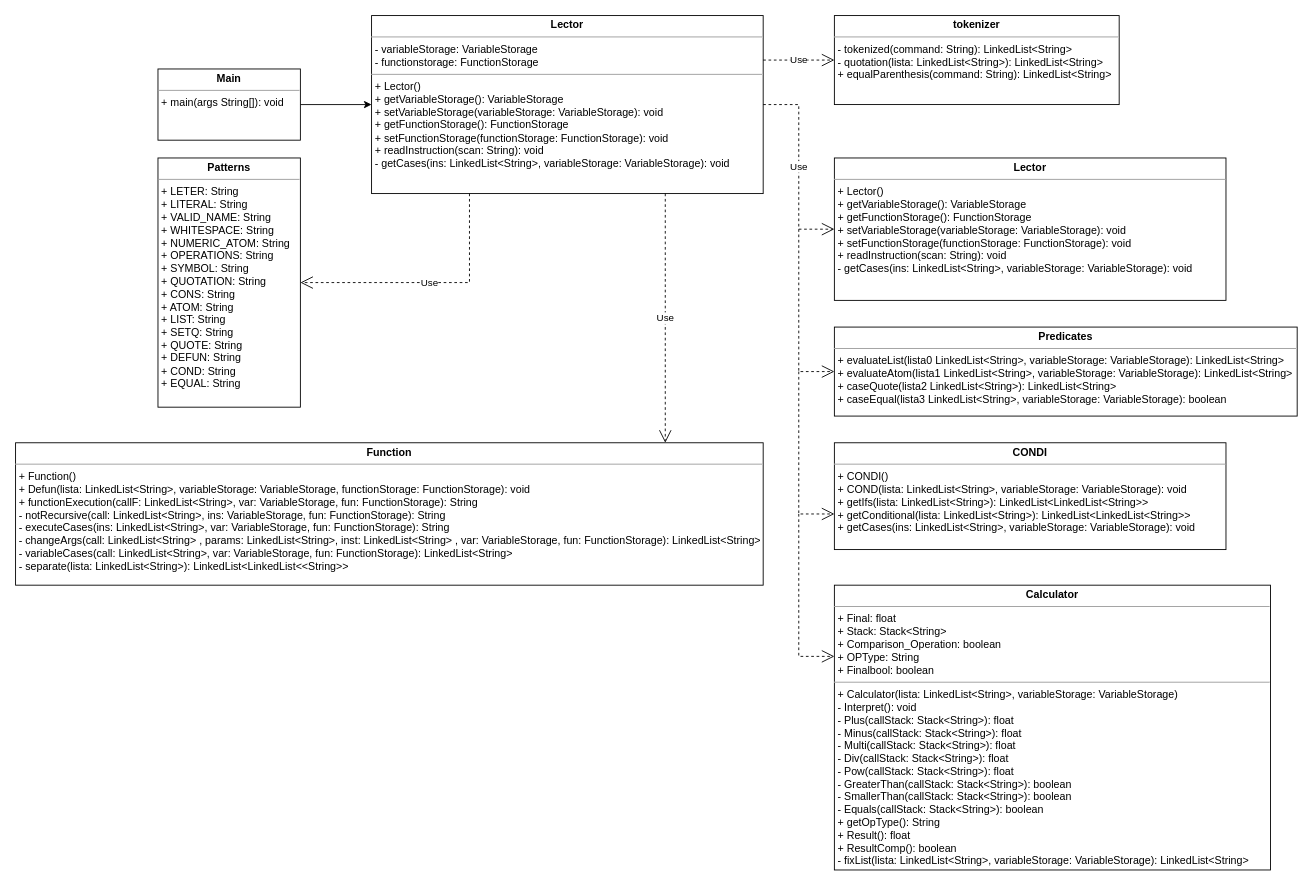
Before: Proyecto1/Fases/Fase2/Class Diagram.drawio in DiggsPapu/Proyect1_Lisp_Interpreter, a draw.io diagram. Source tidied: cells renumbered, new cells numbered last; positions are measured from the earlier drawing's top-left corner, leaving out a move shared by most shapes. Both pictures are drawn from the tidied source at 89%, with x=0, y=0 at pixel (15, 15).
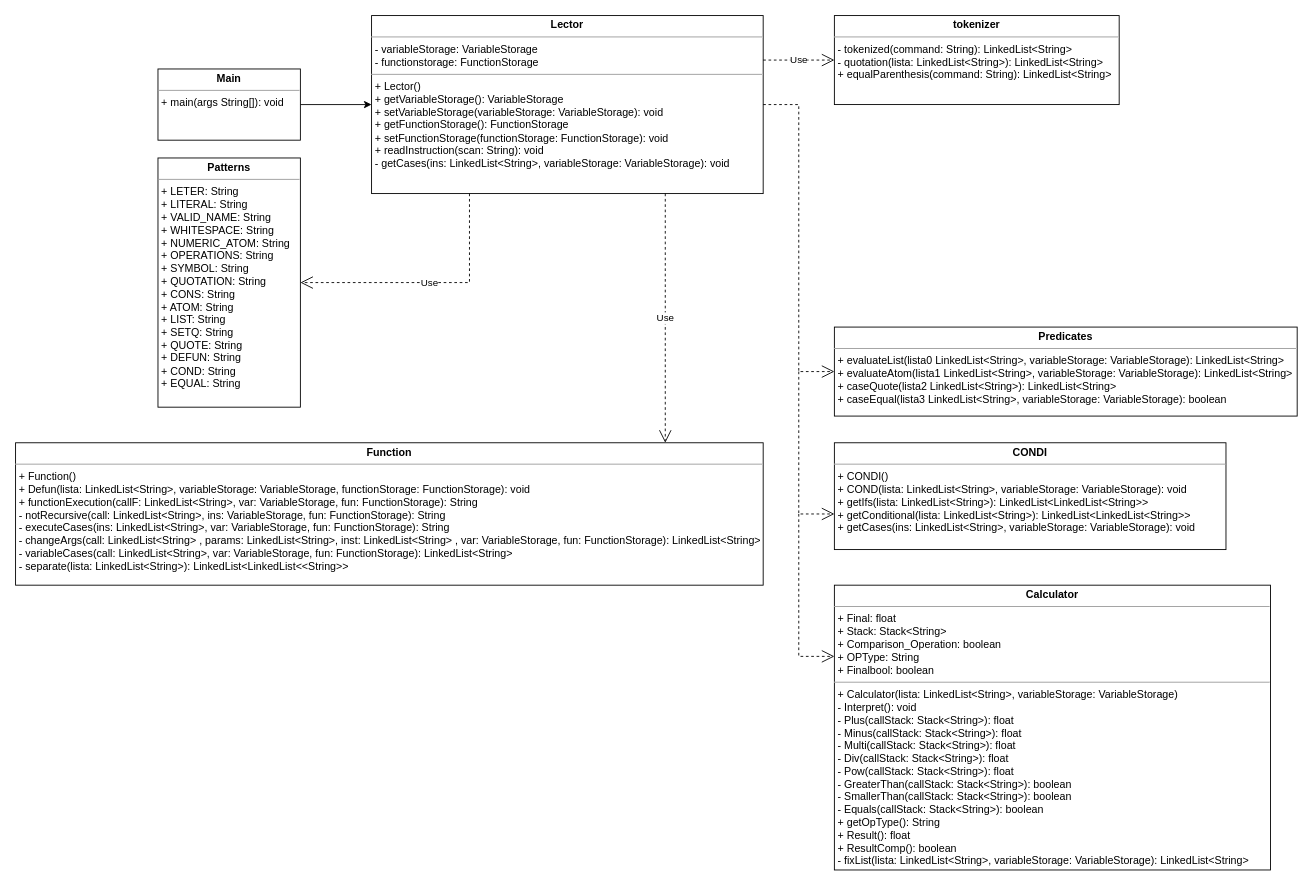
The same diagram, later.

Unchanged cells that the change refers to:
```xml
<mxCell id="2" value="&lt;p style=&quot;margin: 0px ; margin-top: 4px ; text-align: center&quot;&gt;&lt;b&gt;Lector&lt;/b&gt;&lt;/p&gt;&lt;hr size=&quot;1&quot;&gt;&lt;p style=&quot;margin: 0px ; margin-left: 4px&quot;&gt;- variableStorage: VariableStorage&lt;/p&gt;&lt;p style=&quot;margin: 0px ; margin-left: 4px&quot;&gt;- functionstorage: FunctionStorage&lt;/p&gt;&lt;hr size=&quot;1&quot;&gt;&lt;p style=&quot;margin: 0px ; margin-left: 4px&quot;&gt;+ Lector()&lt;br&gt;&lt;/p&gt;&lt;p style=&quot;margin: 0px ; margin-left: 4px&quot;&gt;+ getVariableStorage(): VariableStorage&lt;/p&gt;&lt;p style=&quot;margin: 0px ; margin-left: 4px&quot;&gt;+&amp;nbsp;setVariableStorage(variableStorage: VariableStorage): void&lt;/p&gt;&lt;p style=&quot;margin: 0px 0px 0px 4px&quot;&gt;+ getFunctionStorage(): FunctionStorage&lt;/p&gt;&lt;p style=&quot;margin: 0px 0px 0px 4px&quot;&gt;+&amp;nbsp;setFunctionStorage(functionStorage: FunctionStorage): void&lt;/p&gt;&lt;p style=&quot;margin: 0px ; margin-left: 4px&quot;&gt;+ readInstruction(scan: String): void&lt;/p&gt;&lt;p style=&quot;margin: 0px ; margin-left: 4px&quot;&gt;- getCases(ins: LinkedList&amp;lt;String&amp;gt;, variableStorage: VariableStorage): void&lt;/p&gt;" style="verticalAlign=top;align=left;overflow=fill;fontSize=12;fontFamily=Helvetica;html=1;" parent="1" vertex="1">
  <mxGeometry x="400" width="440" height="200" as="geometry" />
</mxCell>
<mxCell id="10" value="&lt;p style=&quot;margin: 0px ; margin-top: 4px ; text-align: center&quot;&gt;&lt;b&gt;Predicates&lt;/b&gt;&lt;/p&gt;&lt;hr size=&quot;1&quot;&gt;&lt;p style=&quot;margin: 0px ; margin-left: 4px&quot;&gt;+ evaluateList(lista0 LinkedList&amp;lt;String&amp;gt;, variableStorage: VariableStorage): LinkedList&amp;lt;String&amp;gt;&lt;/p&gt;&lt;p style=&quot;margin: 0px ; margin-left: 4px&quot;&gt;+ evaluateAtom(lista1 LinkedList&amp;lt;String&amp;gt;, variableStorage: VariableStorage): LinkedList&amp;lt;String&amp;gt;&lt;br&gt;&lt;/p&gt;&lt;p style=&quot;margin: 0px ; margin-left: 4px&quot;&gt;+ caseQuote(lista2 LinkedList&amp;lt;String&amp;gt;): LinkedList&amp;lt;String&amp;gt;&lt;br&gt;&lt;/p&gt;&lt;p style=&quot;margin: 0px ; margin-left: 4px&quot;&gt;+ caseEqual(lista3 LinkedList&amp;lt;String&amp;gt;, variableStorage: VariableStorage): boolean&lt;br&gt;&lt;/p&gt;&lt;p style=&quot;margin: 0px ; margin-left: 4px&quot;&gt;&lt;br&gt;&lt;/p&gt;" style="verticalAlign=top;align=left;overflow=fill;fontSize=12;fontFamily=Helvetica;html=1;" parent="1" vertex="1">
  <mxGeometry x="920" y="350" width="520" height="100" as="geometry" />
</mxCell>
```

Diff of the diagram source:
```diff
@@
-    <mxCell id="6" value="&lt;p style=&quot;margin: 0px ; margin-top: 4px ; text-align: center&quot;&gt;&lt;b&gt;Lector&lt;/b&gt;&lt;/p&gt;&lt;hr size=&quot;1&quot;&gt;&lt;p style=&quot;margin: 0px ; margin-left: 4px&quot;&gt;+ Lector()&lt;/p&gt;&lt;p style=&quot;margin: 0px ; margin-left: 4px&quot;&gt;+ getVariableStorage(): VariableStorage&lt;/p&gt;&lt;p style=&quot;margin: 0px ; margin-left: 4px&quot;&gt;+ getFunctionStorage(): FunctionStorage&lt;/p&gt;&lt;p style=&quot;margin: 0px ; margin-left: 4px&quot;&gt;+ setVariableStorage(variableStorage: VariableStorage): void&lt;/p&gt;&lt;p style=&quot;margin: 0px ; margin-left: 4px&quot;&gt;+ setFunctionStorage(functionStorage: FunctionStorage): void&lt;/p&gt;&lt;p style=&quot;margin: 0px ; margin-left: 4px&quot;&gt;+ readInstruction(scan: String): void&lt;/p&gt;&lt;p style=&quot;margin: 0px ; margin-left: 4px&quot;&gt;- getCases(ins: LinkedList&amp;lt;String&amp;gt;, variableStorage: VariableStorage): void&lt;/p&gt;" style="verticalAlign=top;align=left;overflow=fill;fontSize=12;fontFamily=Helvetica;html=1;" parent="1" vertex="1">
-      <mxGeometry x="920" y="160" width="440" height="160" as="geometry" />
-    </mxCell>
@@
-    <mxCell id="14" value="Use" style="endArrow=open;endSize=12;dashed=1;html=1;rounded=0;exitX=1;exitY=0.5;exitDx=0;exitDy=0;entryX=0;entryY=0.5;entryDx=0;entryDy=0;" parent="1" edge="1" source="2" target="6">
-      <mxGeometry relative="1" as="geometry">
-        <Array as="points">
-          <mxPoint x="880" y="100" />
-          <mxPoint x="880" y="240" />
-        </Array>
-      </mxGeometry>
-    </mxCell>
-    <mxCell id="15" style="endArrow=open;endSize=12;dashed=1;html=1;rounded=0;entryX=0;entryY=0.5;entryDx=0;entryDy=0;" parent="1" edge="1" target="10">
+    <mxCell id="15" style="endArrow=open;endSize=12;dashed=1;html=1;rounded=0;entryX=0;entryY=0.5;entryDx=0;entryDy=0;exitX=1;exitY=0.5;exitDx=0;exitDy=0;" parent="1" edge="1" source="2" target="10">
       <mxGeometry x="0.16" y="-70" relative="1" as="geometry">
-        <mxPoint x="880" y="240" as="sourcePoint" />
         <Array as="points">
+          <mxPoint x="880" y="100" />
           <mxPoint x="880" y="400" />
         </Array>
       </mxGeometry>
     </mxCell>
```
